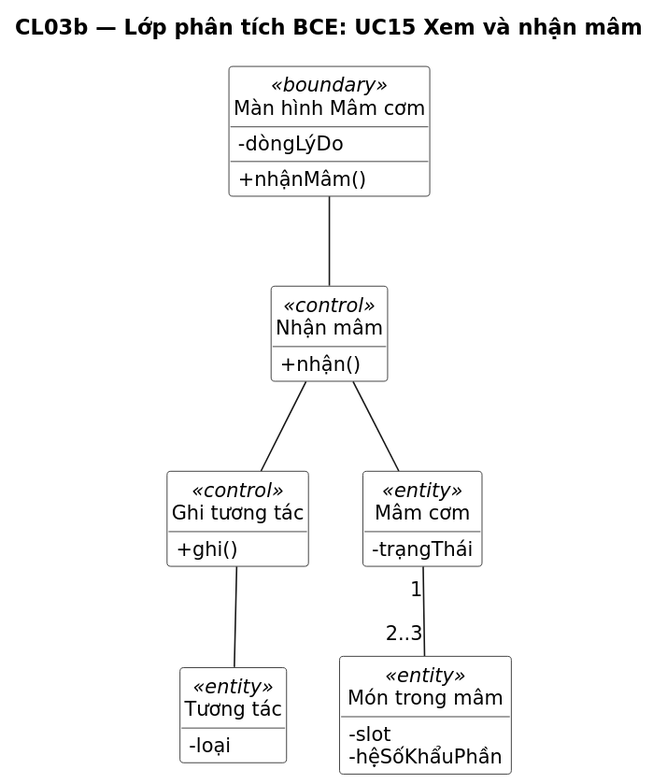
Before: docs/uml/out/class/CL03b-bce-nhan-mam.svg, a diagram exported from PlantUML (NamBuw/Tastoria).
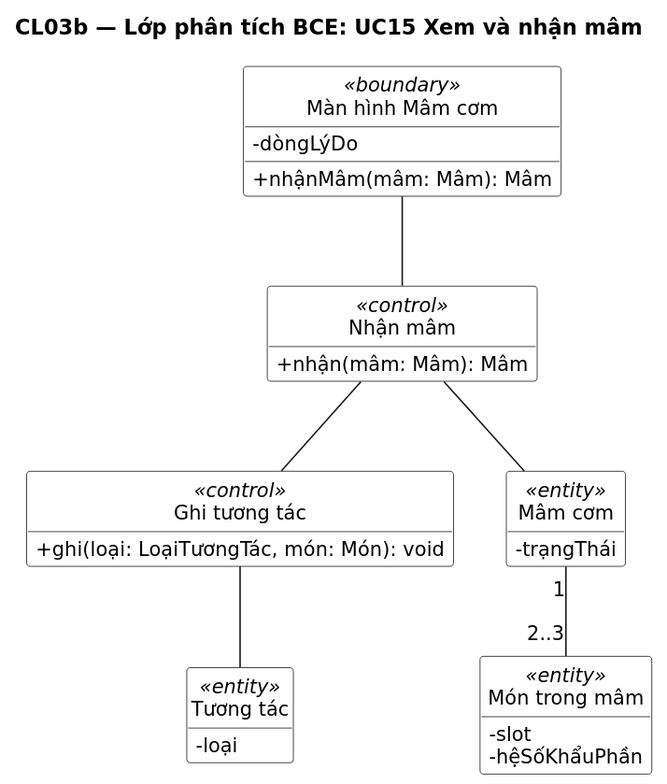
After the commit.

What changed in the source:
```diff
@@ -12,13 +12,13 @@
 
 class "Màn hình Mâm cơm" as BM <<boundary>> {
   -dòngLýDo
-  +nhậnMâm()
+  +nhậnMâm(mâm: Mâm): Mâm
 }
 class "Nhận mâm" as CN <<control>> {
-  +nhận()
+  +nhận(mâm: Mâm): Mâm
 }
 class "Ghi tương tác" as CSK <<control>> {
-  +ghi()
+  +ghi(loại: LoạiTươngTác, món: Món): void
 }
 class "Mâm cơm" as EM <<entity>> {
   -trạngThái
```
